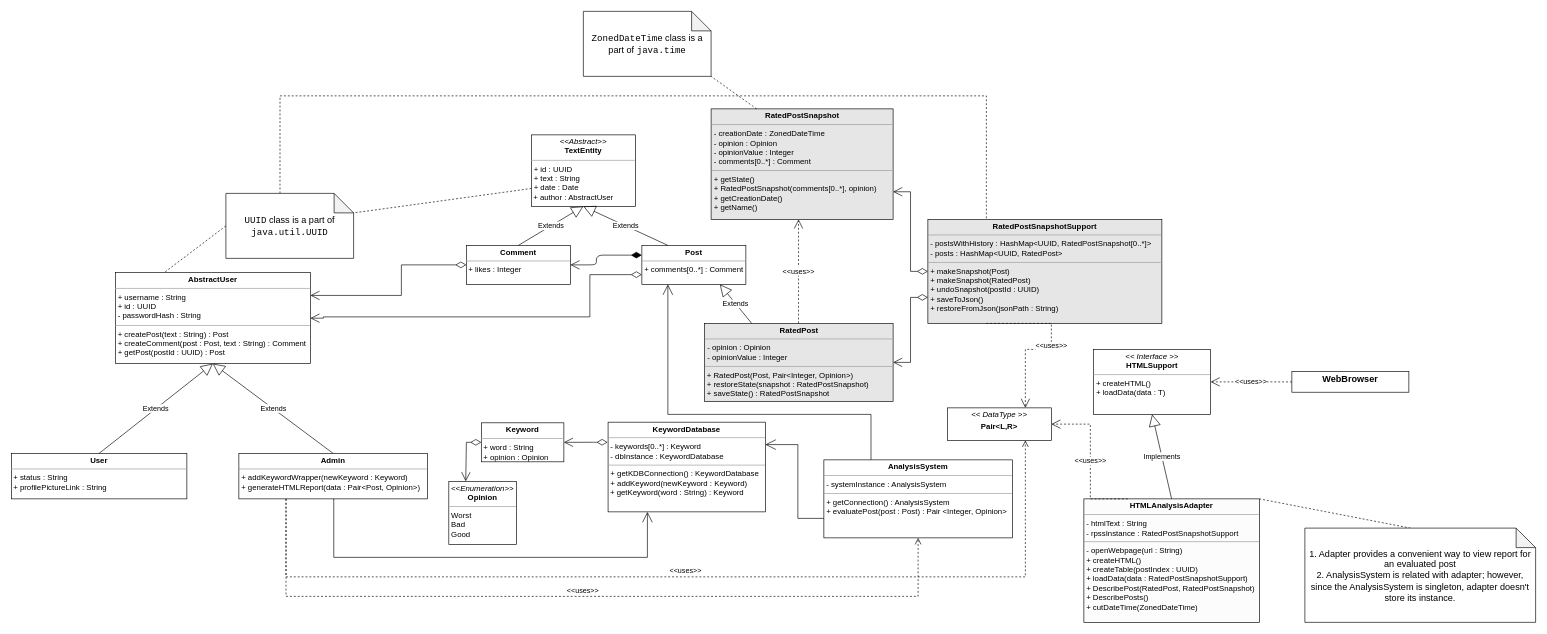
Above: assignment3/uml/assignment3.drawio in ar7ch/iu-ssad (draw.io), before the change. Source tidied: cells renumbered, new cells numbered last; positions are measured from the earlier drawing's top-left corner, leaving out a move shared by most shapes. Both pictures are drawn from the tidied source at 65%, with x=0, y=0 at pixel (11, 11).
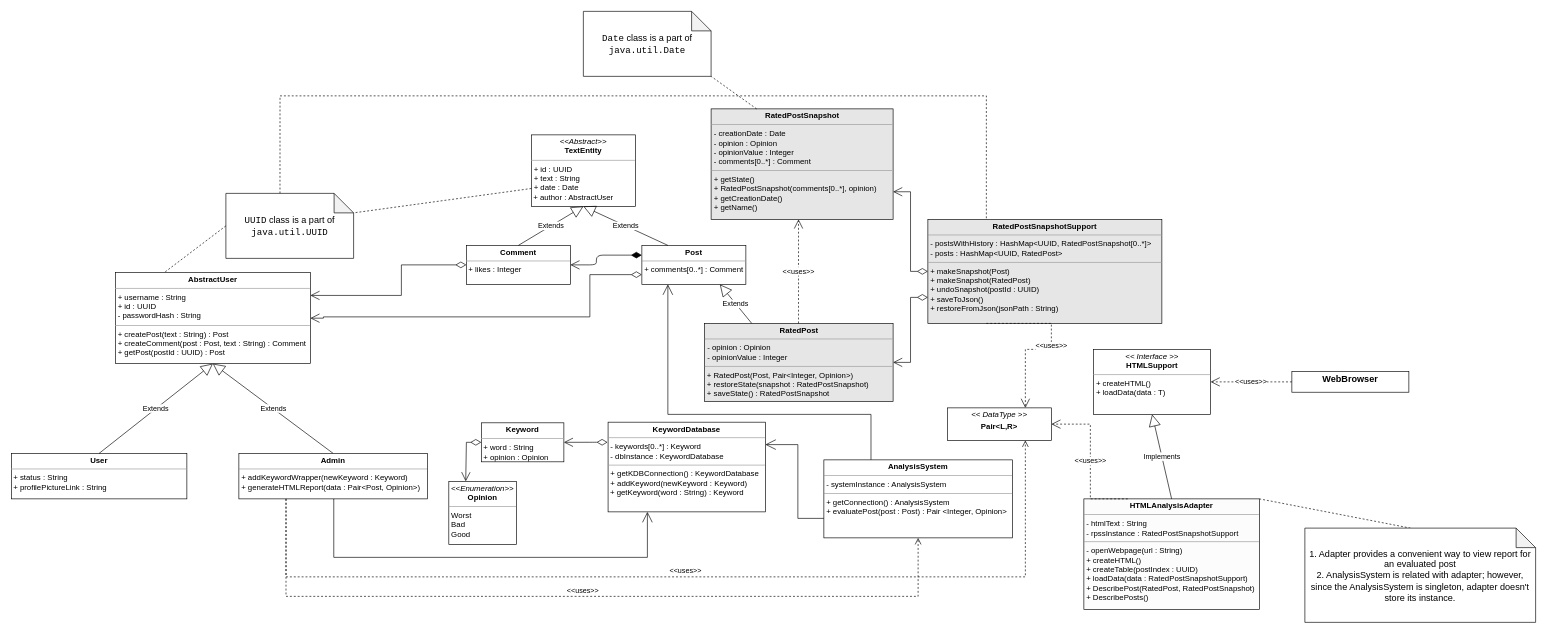
After the change.

Commit message (it also covers changes not shown here):
fix datetime in UML

Diff of the diagram source:
```diff
@@
-    <mxCell id="23" value="&lt;p style=&quot;margin: 0px ; margin-top: 4px ; text-align: center&quot;&gt;&lt;b&gt;HTMLAnalysisAdapter&lt;/b&gt;&lt;br&gt;&lt;/p&gt;&lt;hr size=&quot;1&quot;&gt;&lt;p style=&quot;margin: 0px ; margin-left: 4px&quot;&gt;- htmlText : String&lt;br&gt;- rpssInstance : RatedPostSnapshotSupport&lt;br&gt;&lt;/p&gt;&lt;hr size=&quot;1&quot;&gt;&lt;p style=&quot;margin: 0px ; margin-left: 4px&quot;&gt;- openWebpage(url : String)&lt;br&gt;+ createHTML()&lt;/p&gt;&lt;p style=&quot;margin: 0px ; margin-left: 4px&quot;&gt;+ createTable(postIndex : UUID)&lt;br&gt;+ loadData(data : RatedPostSnapshotSupport)&lt;/p&gt;&lt;p style=&quot;margin: 0px ; margin-left: 4px&quot;&gt;+ DescribePost(RatedPost, RatedPostSnapshot)&lt;/p&gt;&lt;p style=&quot;margin: 0px ; margin-left: 4px&quot;&gt;+ DescribePosts()&lt;br&gt;+ cutDateTime(ZonedDateTime)&lt;br&gt;&lt;/p&gt;" style="verticalAlign=top;align=left;overflow=fill;fontSize=12;fontFamily=Helvetica;html=1;fillColor=#FCFCFC;" parent="1" vertex="1">
-      <mxGeometry x="1650" y="750" width="270" height="190" as="geometry" />
+    <mxCell id="23" value="&lt;p style=&quot;margin: 0px ; margin-top: 4px ; text-align: center&quot;&gt;&lt;b&gt;HTMLAnalysisAdapter&lt;/b&gt;&lt;br&gt;&lt;/p&gt;&lt;hr size=&quot;1&quot;&gt;&lt;p style=&quot;margin: 0px ; margin-left: 4px&quot;&gt;- htmlText : String&lt;br&gt;- rpssInstance : RatedPostSnapshotSupport&lt;br&gt;&lt;/p&gt;&lt;hr size=&quot;1&quot;&gt;&lt;p style=&quot;margin: 0px ; margin-left: 4px&quot;&gt;- openWebpage(url : String)&lt;br&gt;+ createHTML()&lt;/p&gt;&lt;p style=&quot;margin: 0px ; margin-left: 4px&quot;&gt;+ createTable(postIndex : UUID)&lt;br&gt;+ loadData(data : RatedPostSnapshotSupport)&lt;/p&gt;&lt;p style=&quot;margin: 0px ; margin-left: 4px&quot;&gt;+ DescribePost(RatedPost, RatedPostSnapshot)&lt;/p&gt;&lt;p style=&quot;margin: 0px ; margin-left: 4px&quot;&gt;+ DescribePosts()&lt;br&gt;&lt;/p&gt;" style="verticalAlign=top;align=left;overflow=fill;fontSize=12;fontFamily=Helvetica;html=1;fillColor=#FCFCFC;" parent="1" vertex="1">
+      <mxGeometry x="1650" y="750" width="270" height="170" as="geometry" />
     </mxCell>
@@
-    <mxCell id="29" value="&lt;p style=&quot;margin: 0px ; margin-top: 4px ; text-align: center&quot;&gt;&lt;b&gt;RatedPostSnapshot&lt;/b&gt;&lt;br&gt;&lt;/p&gt;&lt;hr size=&quot;1&quot;&gt;&lt;p style=&quot;margin: 0px ; margin-left: 4px&quot;&gt;- creationDate : ZonedDateTime&lt;br&gt;&lt;/p&gt;&lt;p style=&quot;margin: 0px ; margin-left: 4px&quot;&gt;- opinion : Opinion&lt;/p&gt;&lt;p style=&quot;margin: 0px ; margin-left: 4px&quot;&gt;- opinionValue : Integer&lt;br&gt;&lt;/p&gt;&lt;p style=&quot;margin: 0px ; margin-left: 4px&quot;&gt;- comments[0..*] : Comment&lt;br&gt;&lt;/p&gt;&lt;hr size=&quot;1&quot;&gt;&lt;p style=&quot;margin: 0px ; margin-left: 4px&quot;&gt;+ getState()&lt;/p&gt;&lt;p style=&quot;margin: 0px ; margin-left: 4px&quot;&gt;+ RatedPostSnapshot(comments[0..*], opinion)&lt;br&gt;+ getCreationDate()&lt;/p&gt;&lt;p style=&quot;margin: 0px ; margin-left: 4px&quot;&gt;+ getName()&lt;br&gt;&lt;br&gt;&lt;/p&gt;" style="verticalAlign=top;align=left;overflow=fill;fontSize=12;fontFamily=Helvetica;html=1;fillColor=#E6E6E6;" parent="1" vertex="1">
+    <mxCell id="29" value="&lt;p style=&quot;margin: 0px ; margin-top: 4px ; text-align: center&quot;&gt;&lt;b&gt;RatedPostSnapshot&lt;/b&gt;&lt;br&gt;&lt;/p&gt;&lt;hr size=&quot;1&quot;&gt;&lt;p style=&quot;margin: 0px ; margin-left: 4px&quot;&gt;- creationDate : Date&lt;br&gt;&lt;/p&gt;&lt;p style=&quot;margin: 0px ; margin-left: 4px&quot;&gt;- opinion : Opinion&lt;/p&gt;&lt;p style=&quot;margin: 0px ; margin-left: 4px&quot;&gt;- opinionValue : Integer&lt;br&gt;&lt;/p&gt;&lt;p style=&quot;margin: 0px ; margin-left: 4px&quot;&gt;- comments[0..*] : Comment&lt;br&gt;&lt;/p&gt;&lt;hr size=&quot;1&quot;&gt;&lt;p style=&quot;margin: 0px ; margin-left: 4px&quot;&gt;+ getState()&lt;/p&gt;&lt;p style=&quot;margin: 0px ; margin-left: 4px&quot;&gt;+ RatedPostSnapshot(comments[0..*], opinion)&lt;br&gt;+ getCreationDate()&lt;/p&gt;&lt;p style=&quot;margin: 0px ; margin-left: 4px&quot;&gt;+ getName()&lt;br&gt;&lt;br&gt;&lt;/p&gt;" style="verticalAlign=top;align=left;overflow=fill;fontSize=12;fontFamily=Helvetica;html=1;fillColor=#E6E6E6;" parent="1" vertex="1">
       <mxGeometry x="1076.5" y="150" width="280" height="170" as="geometry" />
     </mxCell>
@@
-    <mxCell id="38" value="&lt;font face=&quot;Courier New&quot;&gt;ZonedDateTime&lt;/font&gt; class is a part of &lt;font face=&quot;Courier New&quot;&gt;java.time&lt;/font&gt;" style="shape=note;whiteSpace=wrap;html=1;backgroundOutline=1;darkOpacity=0.05;fontSize=14;fillColor=#FFFFFF;" parent="1" vertex="1">
+    <mxCell id="38" value="&lt;font face=&quot;Courier New&quot;&gt;Date&lt;/font&gt; class is a part of &lt;font face=&quot;Courier New&quot;&gt;java.util.Date&lt;/font&gt;" style="shape=note;whiteSpace=wrap;html=1;backgroundOutline=1;darkOpacity=0.05;fontSize=14;fillColor=#FFFFFF;" parent="1" vertex="1">
       <mxGeometry x="880" width="196.5" height="100" as="geometry" />
     </mxCell>
```
